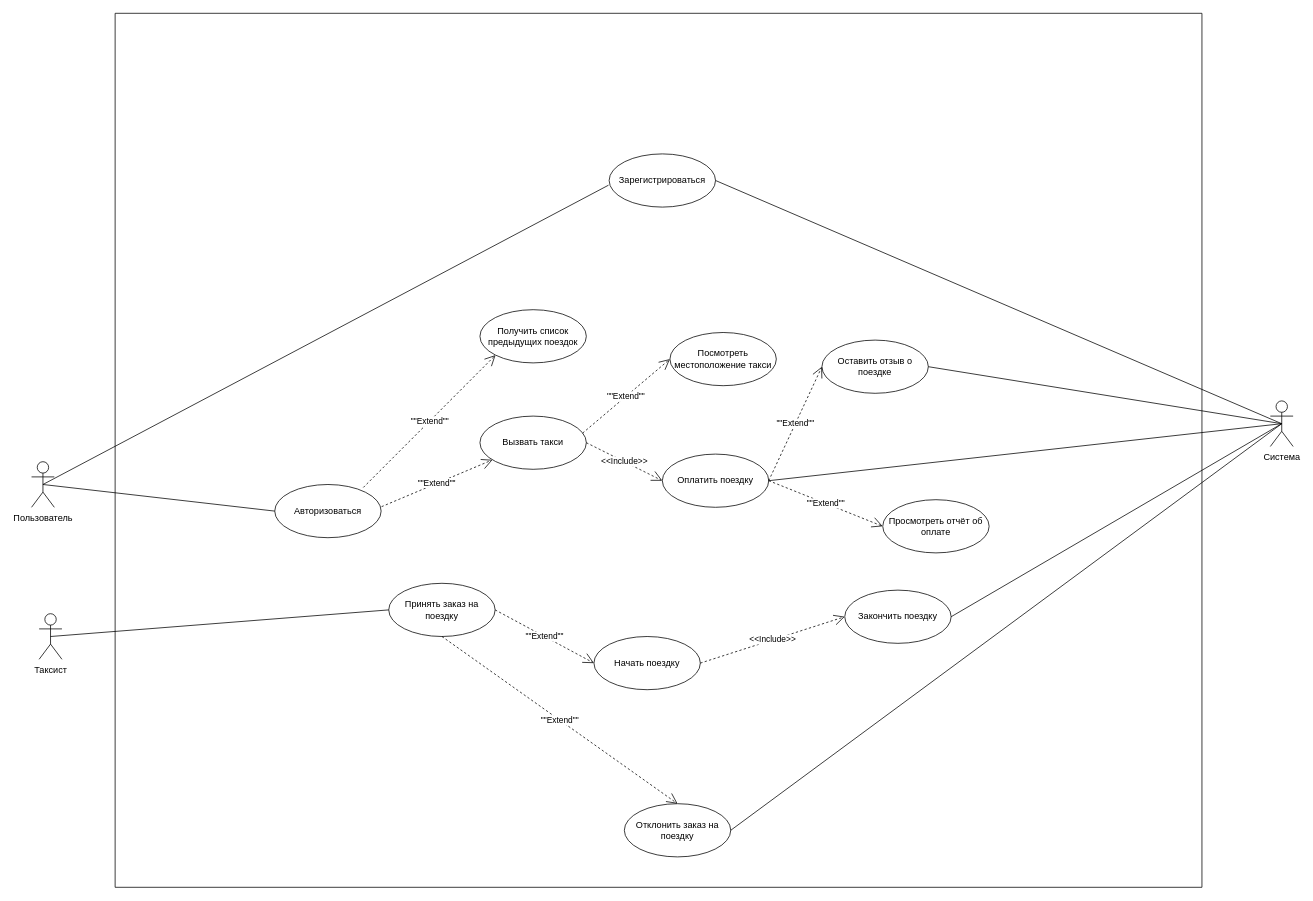
Above: PrecedentDia.drawio in hard-gainer/UML (draw.io), before the change. Source tidied: cells renumbered, new cells numbered last; positions are measured from the earlier drawing's top-left corner, leaving out a move shared by most shapes. Both pictures are drawn from the tidied source at 76%, with x=0, y=0 at pixel (31, 13).
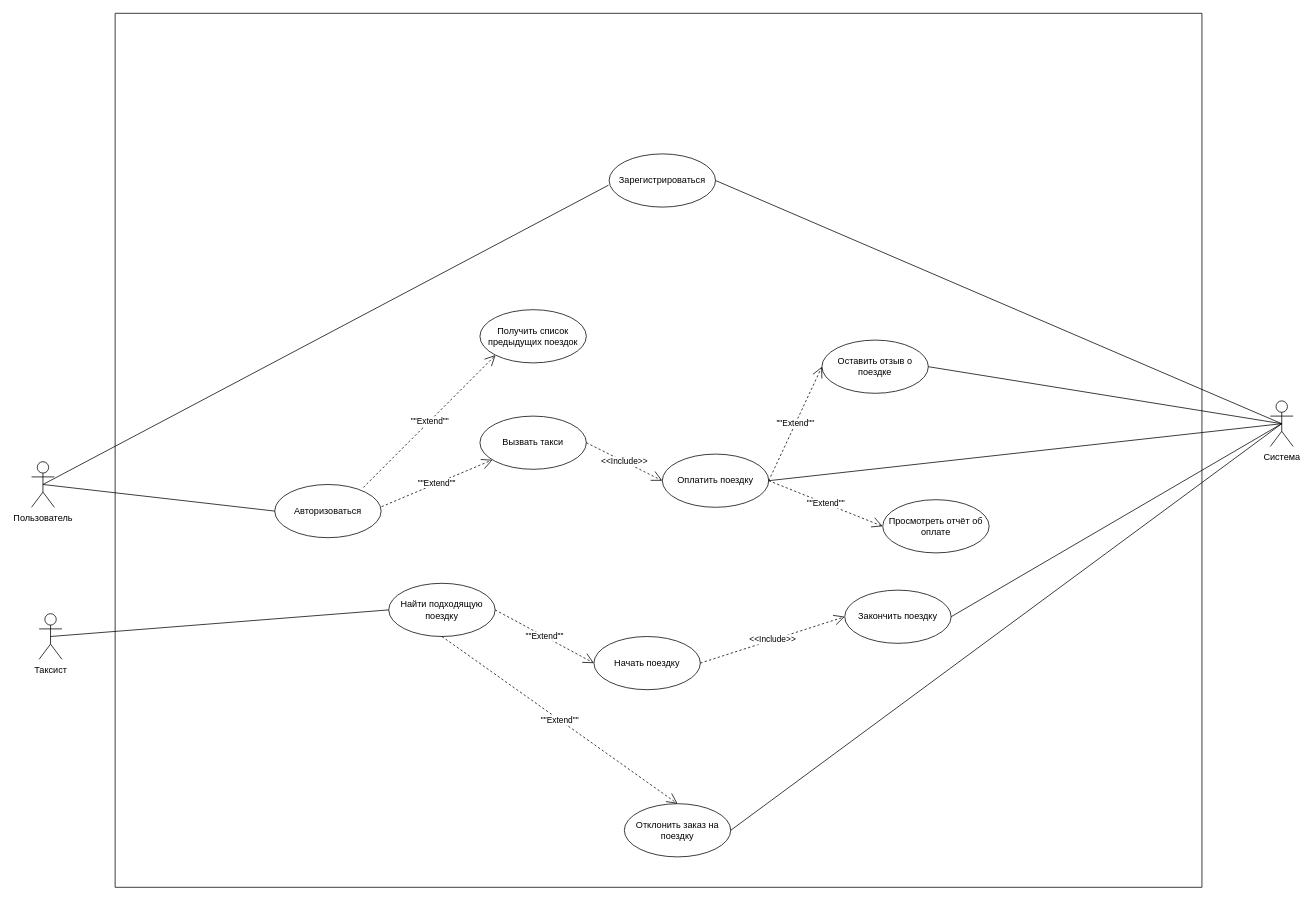
After the change.

Unchanged cells that the change refers to:
```xml
<mxCell id="3" style="swimlane;startSize=0;" parent="1" vertex="1">
  <mxGeometry x="110" width="1430" height="1150" as="geometry" />
</mxCell>
<mxCell id="6" value="Вызвать такси" style="ellipse;whiteSpace=wrap;html=1;" parent="3" vertex="1">
  <mxGeometry x="480" y="530" width="140" height="70" as="geometry" />
</mxCell>
```

The edit, as a diff of the source:
```diff
@@
-    <mxCell id="8" value="Принять заказ на поездку" style="ellipse;whiteSpace=wrap;html=1;" parent="3" vertex="1">
+    <mxCell id="8" value="Найти подходящую поездку" style="ellipse;whiteSpace=wrap;html=1;" parent="3" vertex="1">
       <mxGeometry x="360" y="750" width="140" height="70" as="geometry" />
     </mxCell>
@@
-    <mxCell id="17" value="&quot;&quot;Extend&quot;&quot;" style="endArrow=open;endSize=12;dashed=1;html=1;rounded=0;exitX=0.965;exitY=0.32;exitDx=0;exitDy=0;exitPerimeter=0;entryX=0;entryY=0.5;entryDx=0;entryDy=0;" parent="3" edge="1" source="6" target="18">
-      <mxGeometry relative="1" as="geometry" />
-    </mxCell>
-    <mxCell id="18" value="Посмотреть местоположение такси" style="ellipse;whiteSpace=wrap;html=1;" parent="3" vertex="1">
-      <mxGeometry x="730" y="420" width="140" height="70" as="geometry" />
-    </mxCell>
```
